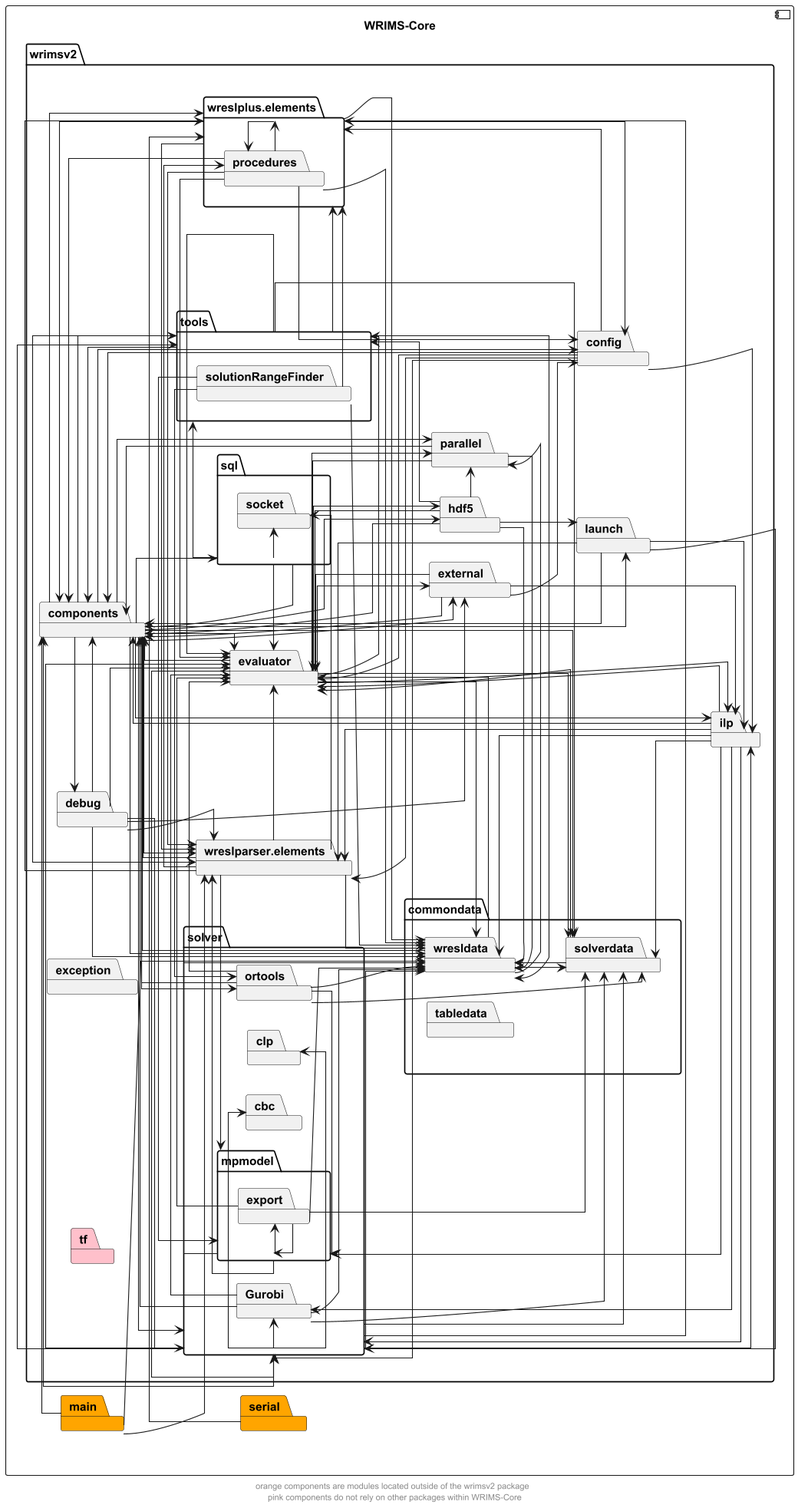
This is docs/diagrams/wrims-core/wrims-core-interdeps.png from CentralValleyModeling/wrims, a PlantUML export, as it was before one commit. Its diagram source:
```plantuml
@startuml
left to right direction
skinparam linetype ortho

component wrims_core as "WRIMS-Core" {
    package main #orange
    package serial #orange
    package wrimsv2 {
        package commondata {
            package solverdata
            package tabledata
            package wresldata
        }
        package components
        package config
        package debug
        package evaluator
        package exception
        package external
        package hdf5
        package ilp
        package launch
        package parallel
        package solver {
            package cbc
            package clp
            package Gurobi
            package mpmodel {
                package export
            }
            package ortools
        }
        package sql {
            package socket
        }
        package tf #pink
        package tools {
            package solutionRangeFinder
        }
        package wreslparser.elements
        package wreslplus.elements {
            package procedures
        }
    }
}


main -> components
main -> wreslparser.elements
main --> wresldata

serial -> wreslplus.elements

solverdata --> wresldata
solverdata -> evaluator

wresldata -> evaluator
wresldata -> components
wresldata -> solverdata
wresldata -> parallel

components -> wresldata
components --> evaluator
components -> external
components -> ortools
components -> ilp
components -> solver
components -> wreslparser.elements
components -> wreslplus.elements
components -> solverdata
components -> config
components -> hdf5
components -> launch
components -> sql
components -> tools
components -> debug
components -> parallel

config -> components
config --> evaluator
config --> ilp
config -> solver
config -> wreslplus.elements
config -> wreslparser.elements

debug -> components
debug --> wreslparser.elements
debug -> solver
debug -> wresldata
debug -> evaluator
debug -> external

evaluator -> wresldata
evaluator -> components
evaluator --> parallel
evaluator -> tools
evaluator -> hdf5
evaluator -> solver
evaluator --> external
evaluator -> solverdata
evaluator -> ilp

external -> components
external -> evaluator
external -> ilp
external --> config

hdf5 -> components
hdf5 --> evaluator
hdf5 --> launch
hdf5 -> wresldata
hdf5 -> parallel
hdf5 -> tools

ilp -> solverdata
ilp -> wresldata
ilp -> components
ilp -> evaluator
ilp -> solver
ilp -> Gurobi
ilp -> mpmodel
ilp -> wreslparser.elements

launch -> ilp
launch -> components
launch -> wreslparser.elements
launch -> solver

parallel -> components
parallel -> wresldata
parallel -> evaluator

Gurobi -> wresldata
Gurobi -> solverdata
Gurobi -> components
Gurobi -> evaluator

export -> solverdata
export -> wresldata
export -> evaluator
export -> mpmodel

mpmodel -> wresldata
mpmodel -> export
mpmodel -> wreslparser.elements

ortools -> solverdata
ortools -> components
ortools -> evaluator
ortools -> wresldata
ortools -> mpmodel

solver -> wresldata
solver -> components
solver -> evaluator
solver -> solverdata
solver -> ilp
solver -> cbc
solver -> tools
solver -> wreslplus.elements
solver -> Gurobi
solver -> clp

sql -> components
sql -> tools
sql -> evaluator
sql -> socket

solutionRangeFinder -> mpmodel
solutionRangeFinder -> ortools
solutionRangeFinder -> wreslplus.elements
solutionRangeFinder -> wresldata

tools -> solverdata
tools -> components
tools -> evaluator
tools -> wresldata
tools -> wreslplus.elements
tools -> wreslparser.elements

wreslparser.elements -> wresldata
wreslparser.elements -> components
wreslparser.elements -> wreslplus.elements
wreslparser.elements -> evaluator
wreslparser.elements -> mpmodel
wreslparser.elements -> socket
wreslparser.elements -> procedures

procedures -> components
procedures -> wresldata
procedures -> config
procedures -> wreslplus.elements
procedures -> evaluator
procedures -> wreslparser.elements

wreslplus.elements -> wresldata
wreslplus.elements -> procedures
wreslplus.elements -> wreslparser.elements
wreslplus.elements -> components
wreslplus.elements -> config

solver -d[hidden]-> commondata

footer "orange components are modules located outside of the wrimsv2 package \n pink components do not rely on other packages within WRIMS-Core"

@enduml
```
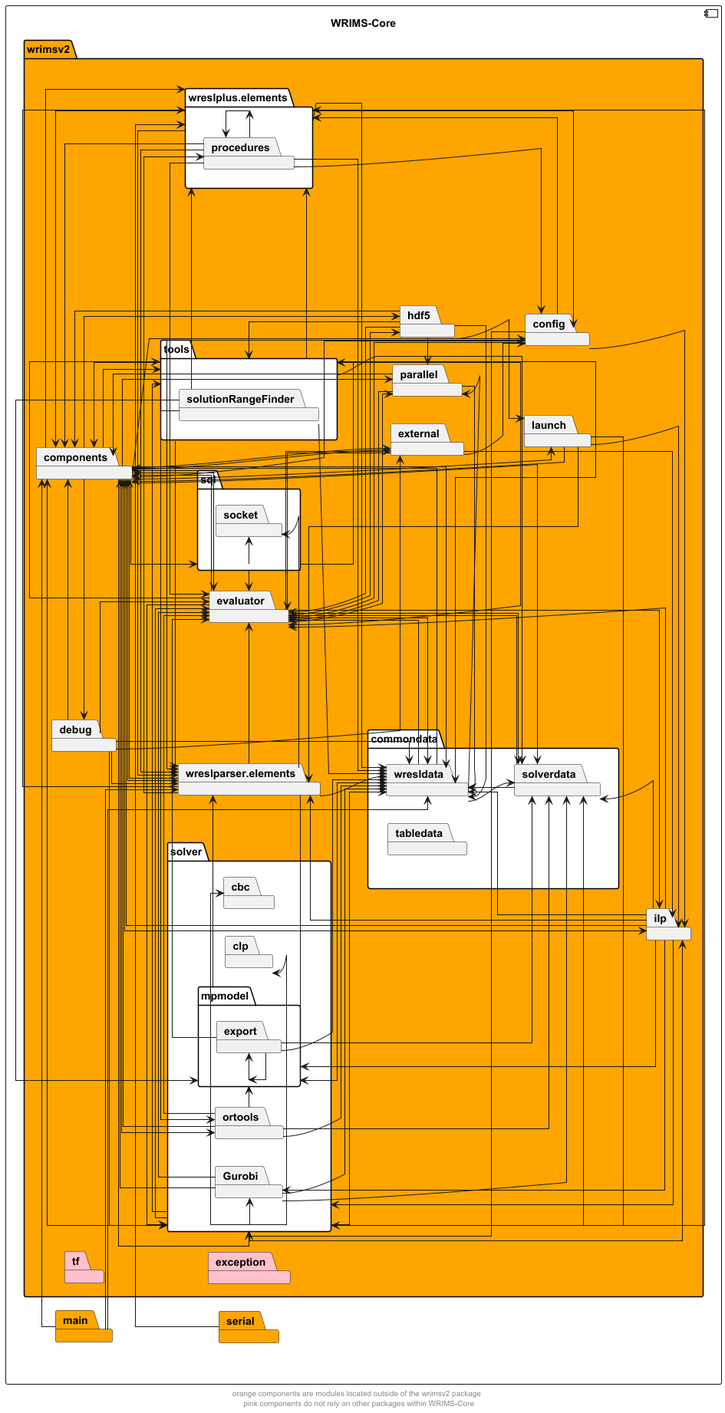
The same diagram one commit later.

Change to the diagram source:
```diff
@@ -5,8 +5,8 @@
 component wrims_core as "WRIMS-Core" {
     package main #orange
     package serial #orange
-    package wrimsv2 {
-        package commondata {
+    package wrimsv2 #orange {
+        package commondata #white {
             package solverdata
             package tabledata
             package wresldata
@@ -15,13 +15,13 @@
         package config
         package debug
         package evaluator
-        package exception
+        package exception #pink
         package external
         package hdf5
         package ilp
         package launch
         package parallel
-        package solver {
+        package solver #white {
             package cbc
             package clp
             package Gurobi
@@ -30,15 +30,15 @@
             }
             package ortools
         }
-        package sql {
+        package sql #white {
             package socket
         }
         package tf #pink
-        package tools {
+        package tools #white {
             package solutionRangeFinder
         }
         package wreslparser.elements
-        package wreslplus.elements {
+        package wreslplus.elements #white {
             package procedures
         }
     }
@@ -200,6 +200,7 @@
 wreslplus.elements -> config
 
 solver -d[hidden]-> commondata
+tf -d[hidden]-> exception
 
 footer "orange components are modules located outside of the wrimsv2 package \n pink components do not rely on other packages within WRIMS-Core"
 
```
